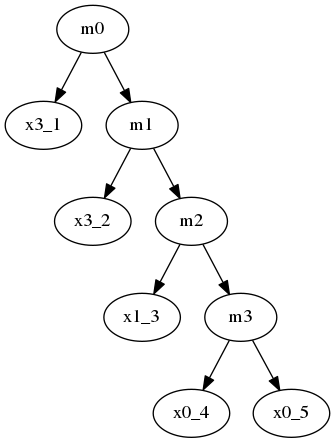
This is GuiTool/image/RMA/RMADot.png from iitramar/guiTool, a Graphviz export, as it was before one commit. Its source is kept beside it as GuiTool/image/RMA/RMADot.dot.
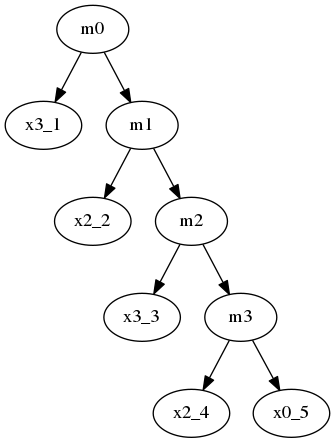
The same file after the commit.

The edit, as a diff of the source:
```diff
@@ -1,10 +1,10 @@
 digraph minmix{
 m0 -> x3_1 ;
 m0 -> m1;
-m1 -> x3_2 ;
+m1 -> x2_2 ;
 m1 -> m2;
-m2 -> x1_3 ;
+m2 -> x3_3 ;
 m2 -> m3;
-m3 -> x0_4 ;
+m3 -> x2_4 ;
 m3 -> x0_5;
 }
```
